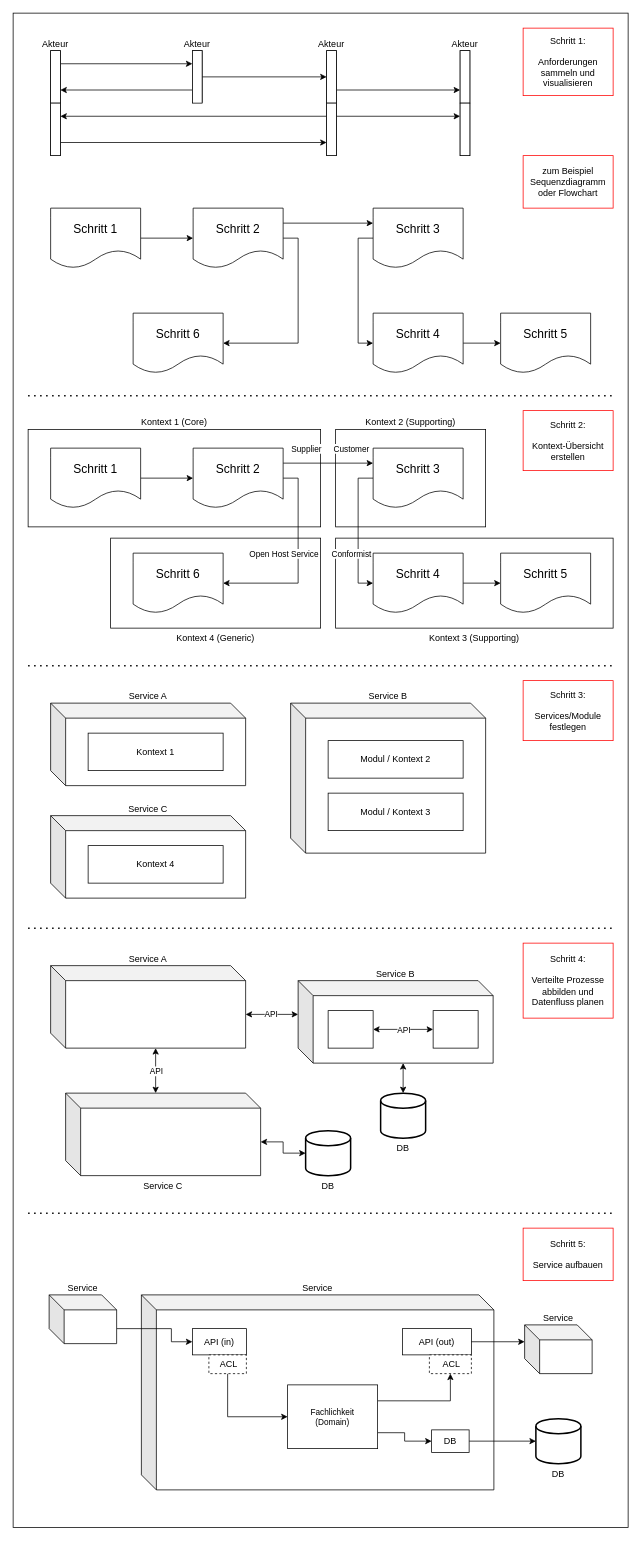
Above: images/steps/software-architecture-guide-all-steps.drawio in coc-university/software-architecture-guide (draw.io), before the change. Source tidied: cells renumbered, new cells numbered last; positions are measured from the earlier drawing's top-left corner, leaving out a move shared by most shapes. Both pictures are drawn from the tidied source at 75%, with x=0, y=0 at pixel (13, 13).
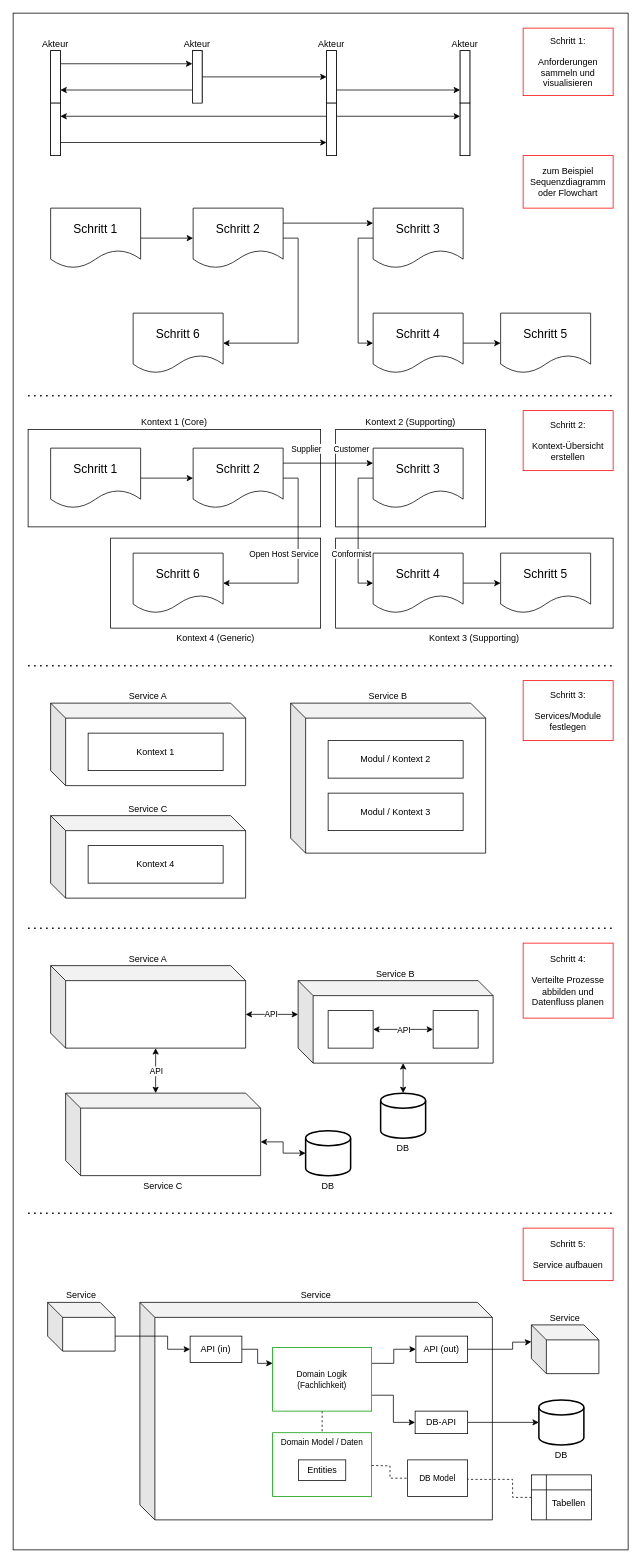
The same diagram, later.

What changed in the source:
```diff
@@
     <mxCell id="2" style="rounded=0;whiteSpace=wrap;html=1;" parent="1" vertex="1">
-      <mxGeometry width="820" height="2019" as="geometry" />
+      <mxGeometry width="820" height="2049" as="geometry" />
     </mxCell>
@@
-    <mxCell id="83" value="Service" style="shape=cube;whiteSpace=wrap;html=1;boundedLbl=1;backgroundOutline=1;darkOpacity=0.05;darkOpacity2=0.1;labelPosition=center;verticalLabelPosition=top;align=center;verticalAlign=bottom;" parent="1" vertex="1">
-      <mxGeometry x="171" y="1709" width="470" height="260" as="geometry" />
-    </mxCell>
+    <mxCell id="99" value="Service" style="shape=cube;whiteSpace=wrap;html=1;boundedLbl=1;backgroundOutline=1;darkOpacity=0.05;darkOpacity2=0.1;labelPosition=center;verticalLabelPosition=top;align=center;verticalAlign=bottom;" parent="1" vertex="1">
+      <mxGeometry x="169" y="1719" width="470" height="290" as="geometry" />
+    </mxCell>
+    <mxCell id="100" value="Domain Model / Daten" style="rounded=0;whiteSpace=wrap;html=1;fontFamily=Helvetica;fontSize=11;fontColor=default;labelBackgroundColor=default;strokeColor=#009900;verticalAlign=top;" parent="1" vertex="1">
+      <mxGeometry x="346" y="1892.8" width="132" height="85" as="geometry" />
+    </mxCell>
+    <mxCell id="101" style="edgeStyle=orthogonalEdgeStyle;rounded=0;jettySize=auto;html=1;exitX=1;exitY=0.5;exitDx=0;exitDy=0;entryX=0;entryY=0.25;entryDx=0;entryDy=0;" parent="1" edge="1" source="84" target="110">
+      <mxGeometry relative="1" as="geometry">
+        <Array as="points">
+          <mxPoint x="326" y="1782" />
+          <mxPoint x="326" y="1800" />
+        </Array>
+      </mxGeometry>
+    </mxCell>
     <mxCell id="84" value="API (in)" style="rounded=0;whiteSpace=wrap;html=1;labelPosition=center;verticalLabelPosition=middle;align=center;verticalAlign=middle;strokeColor=light-dark(#000000,#FFFFFF);" parent="1" vertex="1">
-      <mxGeometry x="239" y="1754" width="72" height="35" as="geometry" />
+      <mxGeometry x="236" y="1764" width="69" height="35" as="geometry" />
     </mxCell>
     <mxCell id="85" value="API (out)" style="rounded=0;whiteSpace=wrap;html=1;labelPosition=center;verticalLabelPosition=middle;align=center;verticalAlign=middle;strokeColor=light-dark(#000000,#FFFFFF);" parent="1" vertex="1">
-      <mxGeometry x="519" y="1754" width="92" height="35" as="geometry" />
+      <mxGeometry x="537" y="1764" width="69" height="35" as="geometry" />
     </mxCell>
-    <mxCell id="86" style="edgeStyle=orthogonalEdgeStyle;shape=connector;rounded=0;jettySize=auto;html=1;exitX=1;exitY=0.5;exitDx=0;exitDy=0;strokeColor=default;align=center;verticalAlign=middle;fontFamily=Helvetica;fontSize=11;fontColor=default;labelBackgroundColor=default;endArrow=classic;endFill=1;" parent="1" edge="1" source="87" target="89">
-      <mxGeometry relative="1" as="geometry" />
-    </mxCell>
-    <mxCell id="87" value="DB" style="rounded=0;whiteSpace=wrap;html=1;labelPosition=center;verticalLabelPosition=middle;align=center;verticalAlign=middle;strokeColor=light-dark(#000000,#FFFFFF);" parent="1" vertex="1">
-      <mxGeometry x="558" y="1889" width="50" height="30" as="geometry" />
-    </mxCell>
-    <mxCell id="88" value="Service" style="shape=cube;whiteSpace=wrap;html=1;boundedLbl=1;backgroundOutline=1;darkOpacity=0.05;darkOpacity2=0.1;labelPosition=center;verticalLabelPosition=top;align=center;verticalAlign=bottom;" parent="1" vertex="1">
-      <mxGeometry x="682" y="1749" width="90" height="65" as="geometry" />
-    </mxCell>
+    <mxCell id="102" style="edgeStyle=orthogonalEdgeStyle;shape=connector;rounded=0;jettySize=auto;html=1;exitX=1;exitY=0.5;exitDx=0;exitDy=0;strokeColor=default;align=center;verticalAlign=middle;fontFamily=Helvetica;fontSize=11;fontColor=default;labelBackgroundColor=default;endArrow=classic;endFill=1;" parent="1" edge="1" source="103" target="89">
+      <mxGeometry relative="1" as="geometry" />
+    </mxCell>
+    <mxCell id="103" value="DB-API" style="rounded=0;whiteSpace=wrap;html=1;labelPosition=center;verticalLabelPosition=middle;align=center;verticalAlign=middle;strokeColor=light-dark(#000000,#FFFFFF);" parent="1" vertex="1">
+      <mxGeometry x="536" y="1864" width="70" height="30" as="geometry" />
+    </mxCell>
+    <mxCell id="104" value="Service" style="shape=cube;whiteSpace=wrap;html=1;boundedLbl=1;backgroundOutline=1;darkOpacity=0.05;darkOpacity2=0.1;labelPosition=center;verticalLabelPosition=top;align=center;verticalAlign=bottom;" parent="1" vertex="1">
+      <mxGeometry x="691" y="1749" width="90" height="65" as="geometry" />
+    </mxCell>
     <mxCell id="89" value="DB" style="strokeWidth=2;html=1;shape=mxgraph.flowchart.database;whiteSpace=wrap;labelPosition=center;verticalLabelPosition=bottom;align=center;verticalAlign=top;" parent="1" vertex="1">
-      <mxGeometry x="697" y="1874" width="60" height="60" as="geometry" />
+      <mxGeometry x="701" y="1849" width="60" height="60" as="geometry" />
     </mxCell>
-    <mxCell id="90" style="edgeStyle=orthogonalEdgeStyle;rounded=0;jettySize=auto;html=1;exitX=1;exitY=0.5;exitDx=0;exitDy=0;entryX=0;entryY=0;entryDx=0;entryDy=22.5;entryPerimeter=0;" parent="1" edge="1" source="85" target="88">
-      <mxGeometry relative="1" as="geometry">
-        <Array as="points">
-          <mxPoint x="678" y="1772" />
-          <mxPoint x="678" y="1772" />
-        </Array>
-      </mxGeometry>
-    </mxCell>
-    <mxCell id="91" style="edgeStyle=orthogonalEdgeStyle;rounded=0;jettySize=auto;html=1;exitX=0;exitY=0;exitDx=90;exitDy=45;exitPerimeter=0;entryX=0;entryY=0.5;entryDx=0;entryDy=0;" parent="1" edge="1" source="92" target="84">
-      <mxGeometry relative="1" as="geometry">
-        <Array as="points">
-          <mxPoint x="211" y="1754" />
-          <mxPoint x="211" y="1772" />
-        </Array>
-      </mxGeometry>
-    </mxCell>
-    <mxCell id="92" value="Service" style="shape=cube;whiteSpace=wrap;html=1;boundedLbl=1;backgroundOutline=1;darkOpacity=0.05;darkOpacity2=0.1;labelPosition=center;verticalLabelPosition=top;align=center;verticalAlign=bottom;" parent="1" vertex="1">
-      <mxGeometry x="48" y="1709" width="90" height="65" as="geometry" />
-    </mxCell>
-    <mxCell id="93" value="&amp;nbsp;&lt;span style=&quot;background-color: transparent; color: light-dark(rgb(0, 0, 0), rgb(255, 255, 255));&quot;&gt;ACL&lt;/span&gt;" style="rounded=0;whiteSpace=wrap;html=1;labelPosition=center;verticalLabelPosition=middle;align=center;verticalAlign=middle;strokeColor=light-dark(#000000,#FFFFFF);dashed=1;" parent="1" vertex="1">
-      <mxGeometry x="555" y="1789" width="56" height="25" as="geometry" />
-    </mxCell>
-    <mxCell id="94" style="edgeStyle=orthogonalEdgeStyle;shape=connector;rounded=0;jettySize=auto;html=1;exitX=0.5;exitY=1;exitDx=0;exitDy=0;entryX=0;entryY=0.5;entryDx=0;entryDy=0;strokeColor=default;align=center;verticalAlign=middle;fontFamily=Helvetica;fontSize=11;fontColor=default;labelBackgroundColor=default;endArrow=classic;endFill=1;" parent="1" edge="1" source="95" target="98">
-      <mxGeometry relative="1" as="geometry" />
-    </mxCell>
-    <mxCell id="95" value="&amp;nbsp;&lt;span style=&quot;background-color: transparent; color: light-dark(rgb(0, 0, 0), rgb(255, 255, 255));&quot;&gt;ACL&lt;/span&gt;" style="rounded=0;whiteSpace=wrap;html=1;labelPosition=center;verticalLabelPosition=middle;align=center;verticalAlign=middle;strokeColor=light-dark(#000000,#FFFFFF);dashed=1;" parent="1" vertex="1">
-      <mxGeometry x="261" y="1789" width="50" height="25" as="geometry" />
-    </mxCell>
-    <mxCell id="96" style="edgeStyle=orthogonalEdgeStyle;shape=connector;rounded=0;jettySize=auto;html=1;exitX=1;exitY=0.25;exitDx=0;exitDy=0;entryX=0.5;entryY=1;entryDx=0;entryDy=0;strokeColor=default;align=center;verticalAlign=middle;fontFamily=Helvetica;fontSize=11;fontColor=default;labelBackgroundColor=default;endArrow=classic;endFill=1;" parent="1" edge="1" source="98" target="93">
-      <mxGeometry relative="1" as="geometry" />
-    </mxCell>
-    <mxCell id="97" style="edgeStyle=orthogonalEdgeStyle;shape=connector;rounded=0;jettySize=auto;html=1;exitX=1;exitY=0.75;exitDx=0;exitDy=0;entryX=0;entryY=0.5;entryDx=0;entryDy=0;strokeColor=default;align=center;verticalAlign=middle;fontFamily=Helvetica;fontSize=11;fontColor=default;labelBackgroundColor=default;endArrow=classic;endFill=1;" parent="1" edge="1" source="98" target="87">
-      <mxGeometry relative="1" as="geometry" />
-    </mxCell>
-    <mxCell id="98" value="Fachlichkeit&lt;div&gt;(Domain)&lt;/div&gt;" style="rounded=0;whiteSpace=wrap;html=1;fontFamily=Helvetica;fontSize=11;fontColor=default;labelBackgroundColor=default;" parent="1" vertex="1">
-      <mxGeometry x="366" y="1829" width="120" height="85" as="geometry" />
-    </mxCell>
+    <mxCell id="105" style="edgeStyle=orthogonalEdgeStyle;rounded=0;jettySize=auto;html=1;exitX=0;exitY=0;exitDx=90;exitDy=45;exitPerimeter=0;entryX=0;entryY=0.5;entryDx=0;entryDy=0;" parent="1" edge="1" source="106" target="84">
+      <mxGeometry relative="1" as="geometry">
+        <Array as="points">
+          <mxPoint x="206" y="1764" />
+          <mxPoint x="206" y="1782" />
+        </Array>
+      </mxGeometry>
+    </mxCell>
+    <mxCell id="106" value="Service" style="shape=cube;whiteSpace=wrap;html=1;boundedLbl=1;backgroundOutline=1;darkOpacity=0.05;darkOpacity2=0.1;labelPosition=center;verticalLabelPosition=top;align=center;verticalAlign=bottom;" parent="1" vertex="1">
+      <mxGeometry x="46" y="1719" width="90" height="65" as="geometry" />
+    </mxCell>
+    <mxCell id="107" style="edgeStyle=orthogonalEdgeStyle;shape=connector;rounded=0;jettySize=auto;html=1;exitX=1;exitY=0.75;exitDx=0;exitDy=0;entryX=0;entryY=0.5;entryDx=0;entryDy=0;strokeColor=default;align=center;verticalAlign=middle;fontFamily=Helvetica;fontSize=11;fontColor=default;labelBackgroundColor=default;endArrow=classic;endFill=1;" parent="1" edge="1" source="110" target="103">
+      <mxGeometry relative="1" as="geometry" />
+    </mxCell>
+    <mxCell id="108" style="edgeStyle=orthogonalEdgeStyle;rounded=0;jettySize=auto;html=1;exitX=1;exitY=0.25;exitDx=0;exitDy=0;entryX=0;entryY=0.5;entryDx=0;entryDy=0;" parent="1" edge="1" source="110" target="85">
+      <mxGeometry relative="1" as="geometry" />
+    </mxCell>
+    <mxCell id="109" style="edgeStyle=orthogonalEdgeStyle;rounded=0;jettySize=auto;html=1;exitX=0.5;exitY=1;exitDx=0;exitDy=0;entryX=0.5;entryY=0;entryDx=0;entryDy=0;dashed=1;endArrow=none;endFill=0;" parent="1" edge="1" source="110" target="100">
+      <mxGeometry relative="1" as="geometry" />
+    </mxCell>
+    <mxCell id="110" value="&lt;div&gt;Domain Logik&lt;/div&gt;&lt;div&gt;(&lt;span style=&quot;background-color: light-dark(#ffffff, var(--ge-dark-color, #121212)); color: light-dark(rgb(0, 0, 0), rgb(255, 255, 255));&quot;&gt;Fachlichkeit)&lt;/span&gt;&lt;/div&gt;" style="rounded=0;whiteSpace=wrap;html=1;fontFamily=Helvetica;fontSize=11;fontColor=default;labelBackgroundColor=default;strokeColor=#009900;" parent="1" vertex="1">
+      <mxGeometry x="346" y="1779" width="132" height="85" as="geometry" />
+    </mxCell>
+    <mxCell id="111" style="edgeStyle=orthogonalEdgeStyle;rounded=0;jettySize=auto;html=1;exitX=1;exitY=0.5;exitDx=0;exitDy=0;endArrow=none;endFill=0;dashed=1;" parent="1" edge="1" target="115">
+      <mxGeometry relative="1" as="geometry">
+        <mxPoint x="478" y="1936.5" as="sourcePoint" />
+      </mxGeometry>
+    </mxCell>
+    <mxCell id="112" value="Entities" style="rounded=0;whiteSpace=wrap;html=1;labelPosition=center;verticalLabelPosition=middle;align=center;verticalAlign=middle;strokeColor=light-dark(#000000,#009900);" parent="1" vertex="1">
+      <mxGeometry x="380.5" y="1929" width="63" height="27.5" as="geometry" />
+    </mxCell>
+    <mxCell id="113" value="&lt;div&gt;&lt;br&gt;&lt;/div&gt;&amp;nbsp; &amp;nbsp; &amp;nbsp; Tabellen" style="shape=internalStorage;whiteSpace=wrap;html=1;backgroundOutline=1;" parent="1" vertex="1">
+      <mxGeometry x="691" y="1949" width="80" height="60" as="geometry" />
+    </mxCell>
+    <mxCell id="114" style="edgeStyle=orthogonalEdgeStyle;rounded=0;jettySize=auto;html=1;exitX=1;exitY=0.5;exitDx=0;exitDy=0;endArrow=none;endFill=0;dashed=1;" parent="1" edge="1" source="115" target="113">
+      <mxGeometry relative="1" as="geometry">
+        <Array as="points">
+          <mxPoint x="606" y="1955" />
+          <mxPoint x="666" y="1955" />
+          <mxPoint x="666" y="1979" />
+        </Array>
+      </mxGeometry>
+    </mxCell>
+    <mxCell id="115" value="DB Model" style="rounded=0;whiteSpace=wrap;html=1;fontFamily=Helvetica;fontSize=11;fontColor=default;labelBackgroundColor=default;verticalAlign=middle;" parent="1" vertex="1">
+      <mxGeometry x="526" y="1929" width="80" height="48.8" as="geometry" />
+    </mxCell>
+    <mxCell id="116" style="edgeStyle=orthogonalEdgeStyle;rounded=0;jettySize=auto;html=1;exitX=1;exitY=0.5;exitDx=0;exitDy=0;entryX=0;entryY=0;entryDx=0;entryDy=22.5;entryPerimeter=0;" parent="1" edge="1" source="85" target="104">
+      <mxGeometry relative="1" as="geometry">
+        <Array as="points">
+          <mxPoint x="666" y="1782" />
+          <mxPoint x="666" y="1772" />
+          <mxPoint x="686" y="1772" />
+        </Array>
+      </mxGeometry>
+    </mxCell>
```
